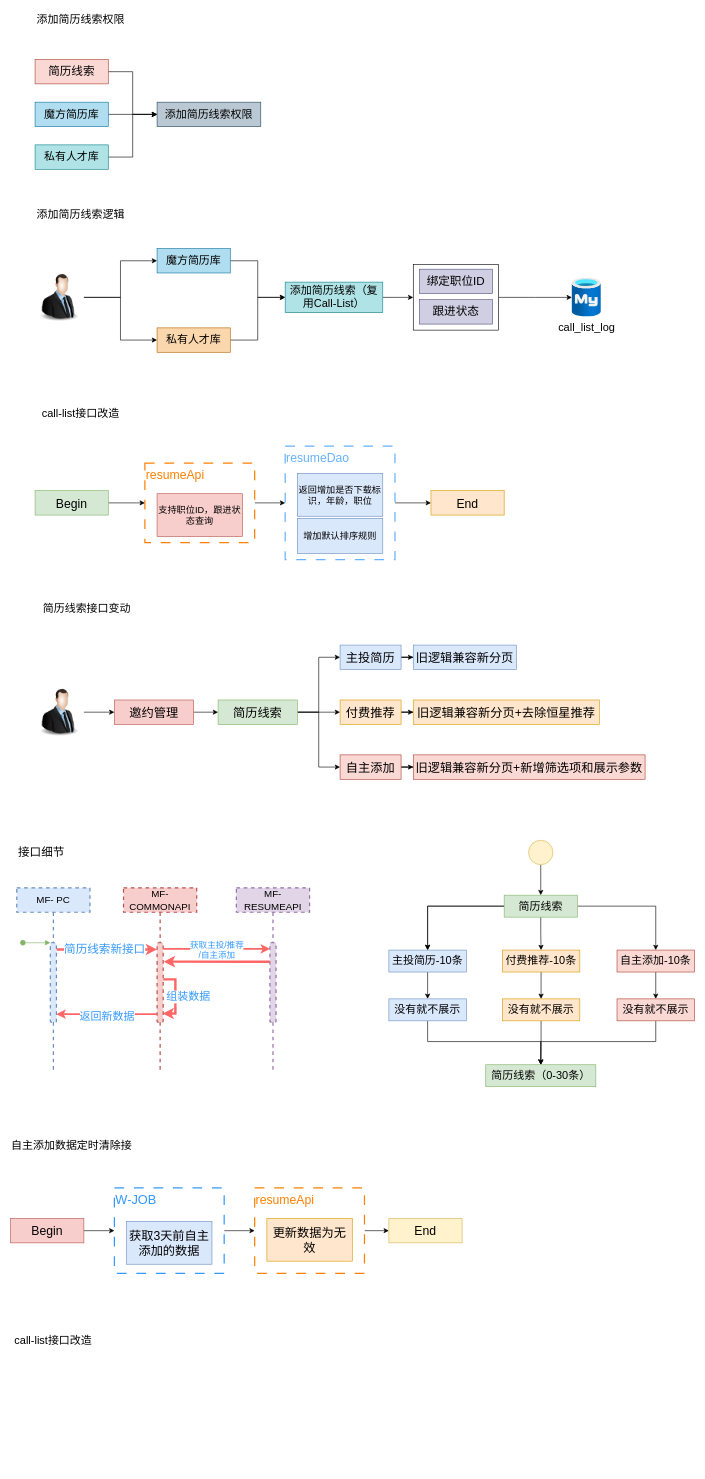
Above: 简历线索优化1.3.drawio in LuOyEbY/draw-b (draw.io), before the change. Source tidied: cells renumbered, new cells numbered last; positions are measured from the earlier drawing's top-left corner, leaving out a move shared by most shapes. Both pictures are drawn from the tidied source at 61%, with x=0, y=0 at pixel (10, 10).
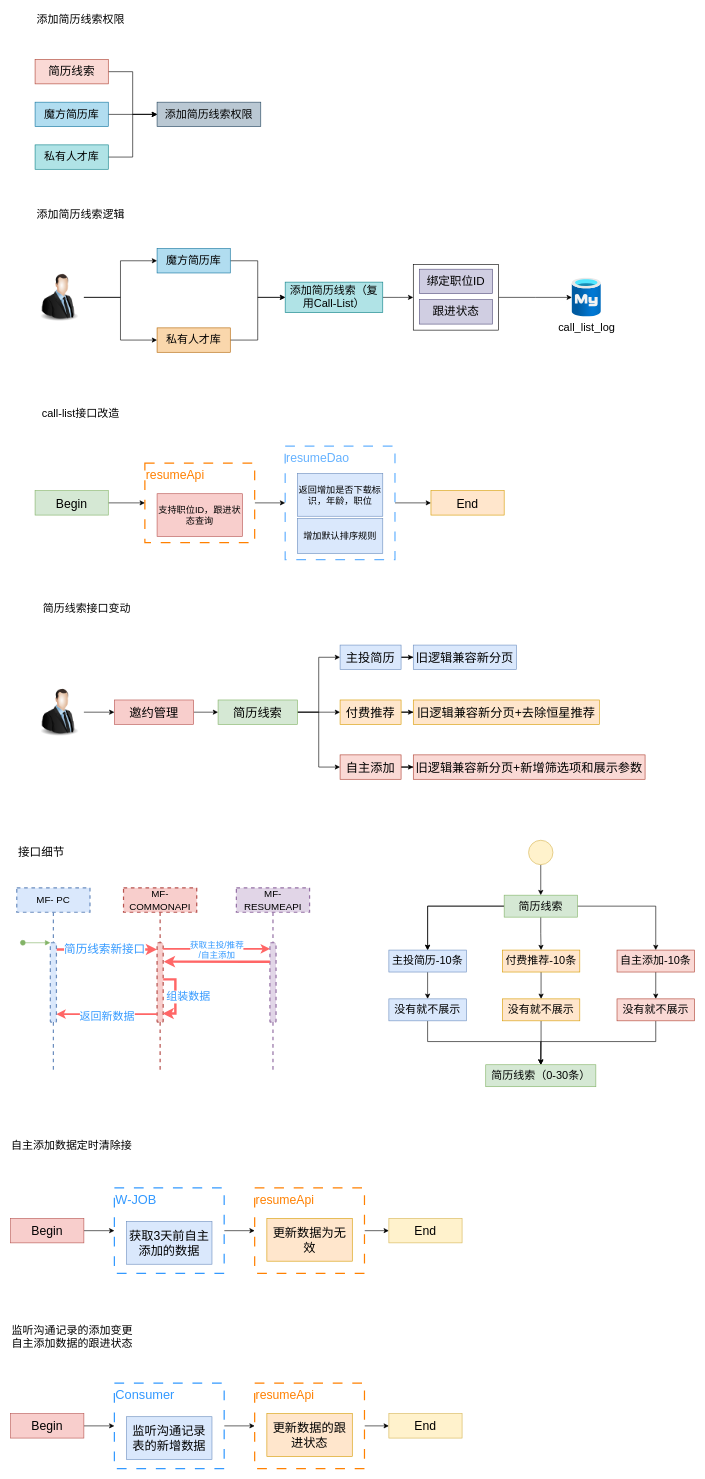
Above is the later version.

Commit message (it also covers changes not shown here):
更新简历线索优化1.3.drawio

Change to the diagram source:
```diff
@@
-    <mxCell id="101" value="call-list接口改造" style="text;html=1;strokeColor=none;fillColor=none;align=center;verticalAlign=middle;whiteSpace=wrap;rounded=0;fontSize=18;" parent="1" vertex="1">
-      <mxGeometry y="2160" width="140" height="40" as="geometry" />
+    <mxCell id="101" value="监听沟通记录的添加变更自主添加数据的跟进状态" style="text;html=1;strokeColor=none;fillColor=none;align=left;verticalAlign=middle;whiteSpace=wrap;rounded=0;fontSize=18;" parent="1" vertex="1">
+      <mxGeometry y="2150" width="210" height="50" as="geometry" />
     </mxCell>
+    <mxCell id="102" style="edgeStyle=orthogonalEdgeStyle;rounded=0;jettySize=auto;html=1;entryX=0;entryY=0.5;entryDx=0;entryDy=0;" parent="1" edge="1" source="103" target="110">
+      <mxGeometry relative="1" as="geometry" />
+    </mxCell>
+    <mxCell id="103" value="resumeApi" style="rounded=0;whiteSpace=wrap;html=1;dashed=1;dashPattern=8 8;strokeColor=#FF8000;strokeWidth=2;verticalAlign=top;align=left;fontSize=20;fontColor=#FF8000;perimeterSpacing=0;" parent="1" vertex="1">
+      <mxGeometry x="400" y="2250" width="180" height="140" as="geometry" />
+    </mxCell>
+    <mxCell id="104" style="edgeStyle=orthogonalEdgeStyle;rounded=0;jettySize=auto;html=1;entryX=0;entryY=0.5;entryDx=0;entryDy=0;" parent="1" edge="1" source="105" target="103">
+      <mxGeometry relative="1" as="geometry" />
+    </mxCell>
+    <mxCell id="105" value="Consumer" style="rounded=0;whiteSpace=wrap;html=1;dashed=1;dashPattern=8 8;strokeColor=#3399FF;strokeWidth=2;align=left;horizontal=1;verticalAlign=top;fontSize=21;fontColor=#3399FF;" parent="1" vertex="1">
+      <mxGeometry x="170" y="2250" width="180" height="140" as="geometry" />
+    </mxCell>
+    <mxCell id="106" style="edgeStyle=orthogonalEdgeStyle;rounded=0;jettySize=auto;html=1;entryX=0;entryY=0.5;entryDx=0;entryDy=0;" parent="1" edge="1" source="107" target="105">
+      <mxGeometry relative="1" as="geometry" />
+    </mxCell>
+    <mxCell id="107" value="Begin" style="rounded=0;whiteSpace=wrap;html=1;fontSize=20;fillColor=#f8cecc;strokeColor=#b85450;" parent="1" vertex="1">
+      <mxGeometry y="2300" width="120" height="40" as="geometry" />
+    </mxCell>
+    <mxCell id="108" value="监听沟通记录表的新增数据" style="rounded=0;whiteSpace=wrap;html=1;fontSize=20;fillColor=#dae8fc;strokeColor=#6c8ebf;" parent="1" vertex="1">
+      <mxGeometry x="190" y="2305" width="140" height="70" as="geometry" />
+    </mxCell>
+    <mxCell id="109" value="更新数据的跟进状态" style="rounded=0;whiteSpace=wrap;html=1;fontSize=20;fillColor=#ffe6cc;strokeColor=#d79b00;" parent="1" vertex="1">
+      <mxGeometry x="420" y="2300" width="140" height="70" as="geometry" />
+    </mxCell>
+    <mxCell id="110" value="End" style="rounded=0;whiteSpace=wrap;html=1;fontSize=20;fillColor=#fff2cc;strokeColor=#d6b656;" parent="1" vertex="1">
+      <mxGeometry x="620" y="2300" width="120" height="40" as="geometry" />
+    </mxCell>
```
